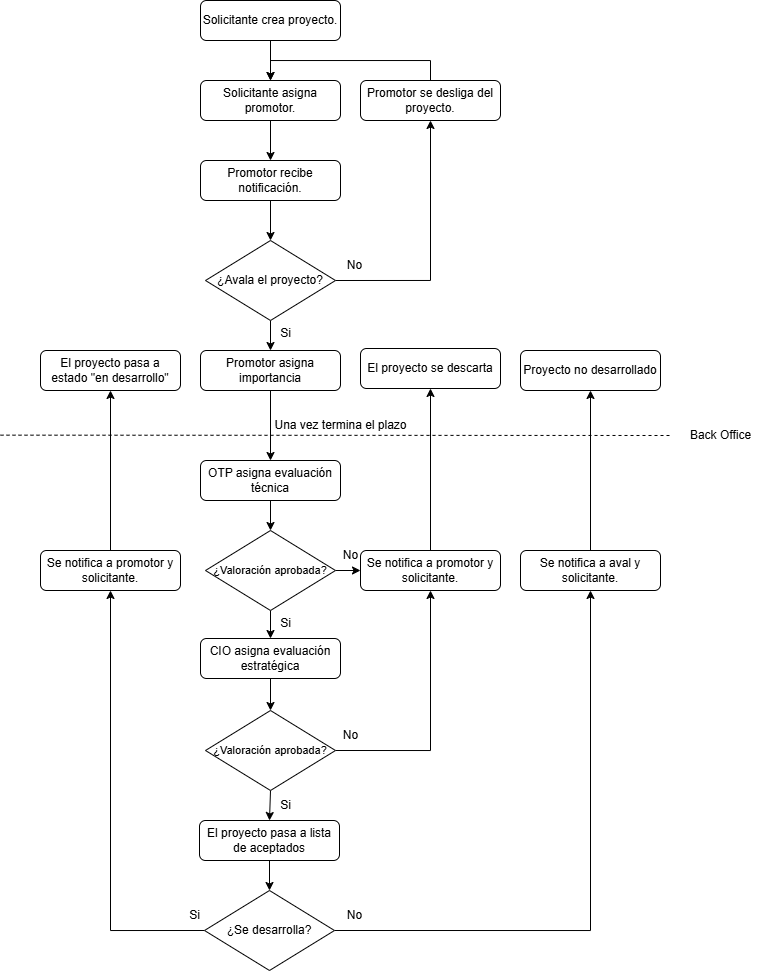
The draw.io diagram assets/FuncionamientoSistema.png in EHDEPELUCHE/iw2024-2025-proYectFlow, before a commit. Source tidied: cells renumbered, new cells last; positions are measured from the earlier drawing's top-left corner, leaving out a move shared by most shapes.
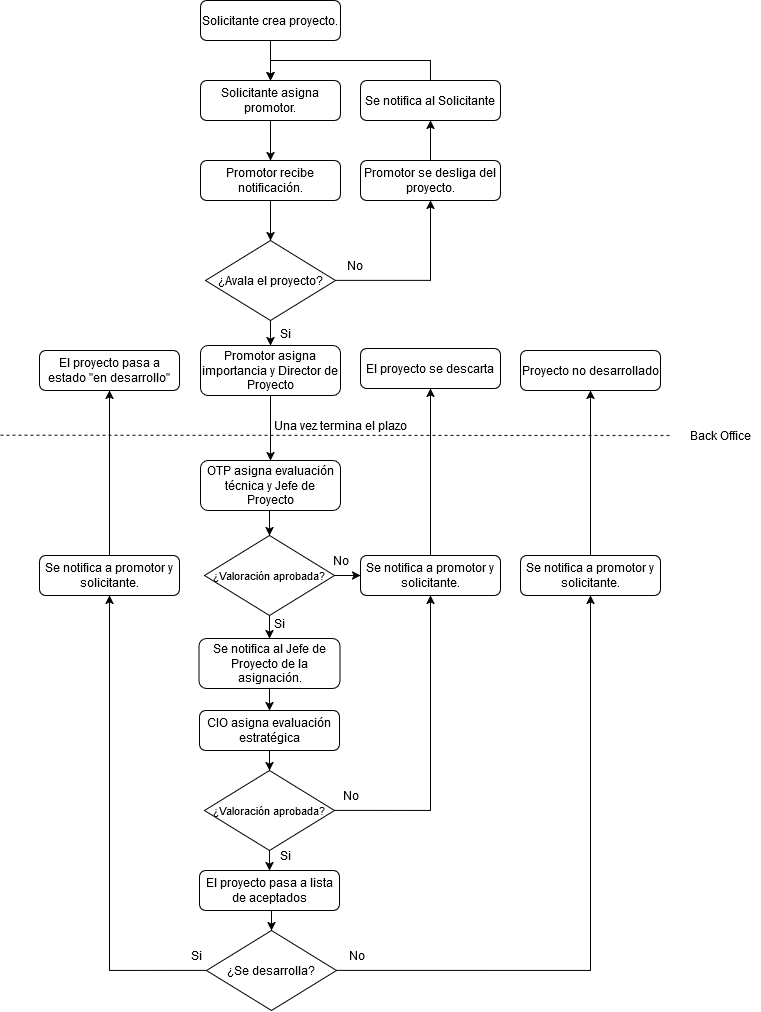
The same diagram one commit later.

Change to the diagram source:
```diff
@@ -29,11 +29,11 @@
     <mxCell id="10" value="Solicitante asigna promotor." style="rounded=1;whiteSpace=wrap;html=1;" parent="1" vertex="1">
       <mxGeometry x="200" y="80" width="140" height="40" as="geometry" />
     </mxCell>
-    <mxCell id="11" style="edgeStyle=orthogonalEdgeStyle;rounded=0;jettySize=auto;html=1;exitX=0.5;exitY=0;exitDx=0;exitDy=0;entryX=0.5;entryY=0;entryDx=0;entryDy=0;" parent="1" edge="1" source="12" target="10">
-      <mxGeometry relative="1" as="geometry" />
-    </mxCell>
+    <mxCell id="50" style="edgeStyle=orthogonalEdgeStyle;rounded=0;jettySize=auto;html=1;exitX=0.5;exitY=0;exitDx=0;exitDy=0;" parent="1" edge="1" source="12" target="55">
+      <mxGeometry relative="1" as="geometry" />
+    </mxCell>
     <mxCell id="12" value="Promotor se desliga del proyecto." style="rounded=1;whiteSpace=wrap;html=1;" parent="1" vertex="1">
-      <mxGeometry x="360" y="80" width="140" height="40" as="geometry" />
+      <mxGeometry x="360" y="160" width="140" height="40" as="geometry" />
     </mxCell>
     <mxCell id="13" value="No" style="text;html=1;align=center;verticalAlign=middle;strokeColor=none;fillColor=none;" parent="1" vertex="1">
       <mxGeometry x="334" y="250" width="40" height="30" as="geometry" />
@@ -41,8 +41,8 @@
     <mxCell id="14" style="edgeStyle=orthogonalEdgeStyle;rounded=0;jettySize=auto;html=1;exitX=0.5;exitY=1;exitDx=0;exitDy=0;entryX=0.5;entryY=0;entryDx=0;entryDy=0;" parent="1" edge="1" source="15" target="20">
       <mxGeometry relative="1" as="geometry" />
     </mxCell>
-    <mxCell id="15" value="Promotor asigna importancia" style="rounded=1;whiteSpace=wrap;html=1;" parent="1" vertex="1">
-      <mxGeometry x="200" y="350" width="140" height="40" as="geometry" />
+    <mxCell id="15" value="Promotor asigna importancia y Director de Proyecto" style="rounded=1;whiteSpace=wrap;html=1;" parent="1" vertex="1">
+      <mxGeometry x="200" y="345" width="140" height="50" as="geometry" />
     </mxCell>
     <mxCell id="16" value="Si" style="text;html=1;align=center;verticalAlign=middle;strokeColor=none;fillColor=none;" parent="1" vertex="1">
       <mxGeometry x="270" y="318" width="30" height="30" as="geometry" />
@@ -59,20 +59,20 @@
     <mxCell id="19" style="edgeStyle=orthogonalEdgeStyle;rounded=0;jettySize=auto;html=1;exitX=0.5;exitY=1;exitDx=0;exitDy=0;entryX=0.5;entryY=0;entryDx=0;entryDy=0;" parent="1" edge="1" source="20" target="39">
       <mxGeometry relative="1" as="geometry" />
     </mxCell>
-    <mxCell id="20" value="OTP asigna evaluación técnica" style="rounded=1;whiteSpace=wrap;html=1;" parent="1" vertex="1">
-      <mxGeometry x="200" y="460" width="140" height="40" as="geometry" />
+    <mxCell id="20" value="OTP asigna evaluación técnica y Jefe de Proyecto" style="rounded=1;whiteSpace=wrap;html=1;" parent="1" vertex="1">
+      <mxGeometry x="200" y="460" width="140" height="50" as="geometry" />
     </mxCell>
     <mxCell id="21" style="edgeStyle=orthogonalEdgeStyle;rounded=0;jettySize=auto;html=1;exitX=0.5;exitY=1;exitDx=0;exitDy=0;" parent="1" edge="1" source="22" target="44">
       <mxGeometry relative="1" as="geometry" />
     </mxCell>
     <mxCell id="22" value="CIO asigna evaluación estratégica" style="rounded=1;whiteSpace=wrap;html=1;" parent="1" vertex="1">
-      <mxGeometry x="200" y="638" width="140" height="40" as="geometry" />
+      <mxGeometry x="199" y="710" width="140" height="40" as="geometry" />
     </mxCell>
     <mxCell id="23" style="edgeStyle=orthogonalEdgeStyle;rounded=0;jettySize=auto;html=1;exitX=0.5;exitY=1;exitDx=0;exitDy=0;entryX=0.5;entryY=0;entryDx=0;entryDy=0;" parent="1" edge="1" source="24" target="27">
       <mxGeometry relative="1" as="geometry" />
     </mxCell>
     <mxCell id="24" value="El proyecto pasa a lista de aceptados" style="rounded=1;whiteSpace=wrap;html=1;" parent="1" vertex="1">
-      <mxGeometry x="199" y="820" width="140" height="40" as="geometry" />
+      <mxGeometry x="199" y="870" width="140" height="40" as="geometry" />
     </mxCell>
     <mxCell id="25" style="edgeStyle=orthogonalEdgeStyle;rounded=0;jettySize=auto;html=1;exitX=1;exitY=0.5;exitDx=0;exitDy=0;entryX=0.5;entryY=1;entryDx=0;entryDy=0;" parent="1" edge="1" source="27" target="48">
       <mxGeometry relative="1" as="geometry" />
@@ -81,10 +81,10 @@
       <mxGeometry relative="1" as="geometry" />
     </mxCell>
     <mxCell id="27" value="¿Se desarrolla?" style="rhombus;whiteSpace=wrap;html=1;" parent="1" vertex="1">
-      <mxGeometry x="204" y="890" width="130" height="80" as="geometry" />
+      <mxGeometry x="206" y="930" width="130" height="80" as="geometry" />
     </mxCell>
     <mxCell id="28" value="No" style="text;html=1;align=center;verticalAlign=middle;strokeColor=none;fillColor=none;" parent="1" vertex="1">
-      <mxGeometry x="334" y="900" width="40" height="30" as="geometry" />
+      <mxGeometry x="336" y="940" width="40" height="30" as="geometry" />
     </mxCell>
     <mxCell id="29" value="El proyecto se descarta" style="rounded=1;whiteSpace=wrap;html=1;" parent="1" vertex="1">
       <mxGeometry x="360" y="348" width="140" height="40" as="geometry" />
@@ -93,13 +93,13 @@
       <mxGeometry relative="1" as="geometry" />
     </mxCell>
     <mxCell id="31" value="Se notifica a promotor y solicitante." style="rounded=1;whiteSpace=wrap;html=1;" parent="1" vertex="1">
-      <mxGeometry x="40" y="550" width="140" height="40" as="geometry" />
+      <mxGeometry x="39" y="555" width="140" height="40" as="geometry" />
     </mxCell>
     <mxCell id="32" value="El proyecto pasa a estado &quot;en desarrollo&quot;" style="rounded=1;whiteSpace=wrap;html=1;" parent="1" vertex="1">
-      <mxGeometry x="40" y="350" width="140" height="40" as="geometry" />
+      <mxGeometry x="39" y="350" width="140" height="40" as="geometry" />
     </mxCell>
     <mxCell id="33" value="Si" style="text;html=1;align=center;verticalAlign=middle;strokeColor=none;fillColor=none;" parent="1" vertex="1">
-      <mxGeometry x="179" y="900" width="30" height="30" as="geometry" />
+      <mxGeometry x="181" y="940" width="30" height="30" as="geometry" />
     </mxCell>
     <mxCell id="34" value="Una vez termina el plazo" style="text;html=1;align=center;verticalAlign=middle;strokeColor=none;fillColor=none;" parent="1" vertex="1">
       <mxGeometry x="260" y="410" width="160" height="30" as="geometry" />
@@ -108,46 +108,60 @@
       <mxGeometry relative="1" as="geometry" />
     </mxCell>
     <mxCell id="36" value="Se notifica a promotor y solicitante." style="rounded=1;whiteSpace=wrap;html=1;" parent="1" vertex="1">
-      <mxGeometry x="360" y="550" width="140" height="40" as="geometry" />
+      <mxGeometry x="360" y="555" width="140" height="40" as="geometry" />
     </mxCell>
-    <mxCell id="37" style="edgeStyle=orthogonalEdgeStyle;rounded=0;jettySize=auto;html=1;exitX=0.5;exitY=1;exitDx=0;exitDy=0;" parent="1" edge="1" source="39" target="22">
-      <mxGeometry relative="1" as="geometry" />
-    </mxCell>
-    <mxCell id="38" style="edgeStyle=orthogonalEdgeStyle;rounded=0;jettySize=auto;html=1;exitX=1;exitY=0.5;exitDx=0;exitDy=0;entryX=0;entryY=0.5;entryDx=0;entryDy=0;" parent="1" edge="1" source="39" target="36">
-      <mxGeometry relative="1" as="geometry" />
-    </mxCell>
-    <mxCell id="39" value="¿Valoración aprobada?" style="rhombus;whiteSpace=wrap;html=1;fontSize=11;" parent="1" vertex="1">
-      <mxGeometry x="205" y="530" width="130" height="80" as="geometry" />
-    </mxCell>
-    <mxCell id="40" value="Si" style="text;html=1;align=center;verticalAlign=middle;strokeColor=none;fillColor=none;" parent="1" vertex="1">
-      <mxGeometry x="270" y="608" width="30" height="30" as="geometry" />
-    </mxCell>
-    <mxCell id="41" value="No" style="text;html=1;align=center;verticalAlign=middle;strokeColor=none;fillColor=none;" parent="1" vertex="1">
-      <mxGeometry x="330" y="540" width="40" height="30" as="geometry" />
-    </mxCell>
-    <mxCell id="42" style="edgeStyle=orthogonalEdgeStyle;rounded=0;jettySize=auto;html=1;exitX=0.5;exitY=1;exitDx=0;exitDy=0;entryX=0.5;entryY=0;entryDx=0;entryDy=0;" parent="1" edge="1" source="44" target="24">
-      <mxGeometry relative="1" as="geometry" />
+    <mxCell id="42" style="edgeStyle=orthogonalEdgeStyle;rounded=0;jettySize=auto;html=1;exitX=0.5;exitY=1;exitDx=0;exitDy=0;entryX=0.5;entryY=0;entryDx=0;entryDy=0;" parent="1" edge="1" target="24">
+      <mxGeometry relative="1" as="geometry">
+        <mxPoint x="269" y="840" as="sourcePoint" />
+      </mxGeometry>
     </mxCell>
     <mxCell id="43" style="edgeStyle=orthogonalEdgeStyle;rounded=0;jettySize=auto;html=1;exitX=1;exitY=0.5;exitDx=0;exitDy=0;entryX=0.5;entryY=1;entryDx=0;entryDy=0;" parent="1" edge="1" source="44" target="36">
       <mxGeometry relative="1" as="geometry" />
     </mxCell>
     <mxCell id="44" value="¿Valoración aprobada?" style="rhombus;whiteSpace=wrap;html=1;fontSize=11;" parent="1" vertex="1">
-      <mxGeometry x="205" y="710" width="130" height="80" as="geometry" />
+      <mxGeometry x="204" y="770" width="130" height="80" as="geometry" />
     </mxCell>
     <mxCell id="45" value="Si" style="text;html=1;align=center;verticalAlign=middle;strokeColor=none;fillColor=none;" parent="1" vertex="1">
-      <mxGeometry x="270" y="790" width="30" height="30" as="geometry" />
+      <mxGeometry x="270" y="840" width="30" height="30" as="geometry" />
     </mxCell>
     <mxCell id="46" value="No" style="text;html=1;align=center;verticalAlign=middle;strokeColor=none;fillColor=none;" parent="1" vertex="1">
-      <mxGeometry x="330" y="720" width="40" height="30" as="geometry" />
+      <mxGeometry x="330" y="780" width="40" height="30" as="geometry" />
     </mxCell>
     <mxCell id="47" style="edgeStyle=orthogonalEdgeStyle;rounded=0;jettySize=auto;html=1;exitX=0.5;exitY=0;exitDx=0;exitDy=0;entryX=0.5;entryY=1;entryDx=0;entryDy=0;" parent="1" edge="1" source="48" target="49">
       <mxGeometry relative="1" as="geometry" />
     </mxCell>
-    <mxCell id="48" value="Se notifica a aval y solicitante." style="rounded=1;whiteSpace=wrap;html=1;" parent="1" vertex="1">
-      <mxGeometry x="520" y="550" width="140" height="40" as="geometry" />
+    <mxCell id="48" value="Se notifica a promotor y solicitante." style="rounded=1;whiteSpace=wrap;html=1;" parent="1" vertex="1">
+      <mxGeometry x="520" y="555" width="140" height="40" as="geometry" />
     </mxCell>
     <mxCell id="49" value="Proyecto no desarrollado" style="rounded=1;whiteSpace=wrap;html=1;" parent="1" vertex="1">
       <mxGeometry x="520" y="350" width="140" height="40" as="geometry" />
     </mxCell>
+    <mxCell id="38" style="edgeStyle=orthogonalEdgeStyle;rounded=0;jettySize=auto;html=1;exitX=1;exitY=0.5;exitDx=0;exitDy=0;entryX=0;entryY=0.5;entryDx=0;entryDy=0;" parent="1" edge="1" source="39" target="36">
+      <mxGeometry relative="1" as="geometry" />
+    </mxCell>
+    <mxCell id="51" style="edgeStyle=orthogonalEdgeStyle;rounded=0;jettySize=auto;html=1;exitX=0.5;exitY=1;exitDx=0;exitDy=0;" parent="1" edge="1" source="39" target="53">
+      <mxGeometry relative="1" as="geometry" />
+    </mxCell>
+    <mxCell id="39" value="¿Valoración aprobada?" style="rhombus;whiteSpace=wrap;html=1;fontSize=11;" parent="1" vertex="1">
+      <mxGeometry x="204" y="535" width="130" height="80" as="geometry" />
+    </mxCell>
+    <mxCell id="41" value="No" style="text;html=1;align=center;verticalAlign=middle;strokeColor=none;fillColor=none;" parent="1" vertex="1">
+      <mxGeometry x="320" y="545" width="40" height="30" as="geometry" />
+    </mxCell>
+    <mxCell id="40" value="Si" style="text;html=1;align=center;verticalAlign=middle;strokeColor=none;fillColor=none;" parent="1" vertex="1">
+      <mxGeometry x="263.5" y="608" width="30" height="30" as="geometry" />
+    </mxCell>
+    <mxCell id="52" style="edgeStyle=orthogonalEdgeStyle;rounded=0;jettySize=auto;html=1;exitX=0.5;exitY=1;exitDx=0;exitDy=0;entryX=0.5;entryY=0;entryDx=0;entryDy=0;" parent="1" edge="1" source="53" target="22">
+      <mxGeometry relative="1" as="geometry" />
+    </mxCell>
+    <mxCell id="53" value="Se notifica al Jefe de Proyecto de la asignación." style="rounded=1;whiteSpace=wrap;html=1;" parent="1" vertex="1">
+      <mxGeometry x="198.5" y="638" width="141" height="50" as="geometry" />
+    </mxCell>
+    <mxCell id="54" style="edgeStyle=orthogonalEdgeStyle;rounded=0;jettySize=auto;html=1;exitX=0.5;exitY=0;exitDx=0;exitDy=0;entryX=0.5;entryY=0;entryDx=0;entryDy=0;" parent="1" edge="1" source="55" target="10">
+      <mxGeometry relative="1" as="geometry" />
+    </mxCell>
+    <mxCell id="55" value="Se notifica al Solicitante" style="rounded=1;whiteSpace=wrap;html=1;" parent="1" vertex="1">
+      <mxGeometry x="360" y="80" width="140" height="40" as="geometry" />
+    </mxCell>
   </root>
 </mxGraphModel>
```
